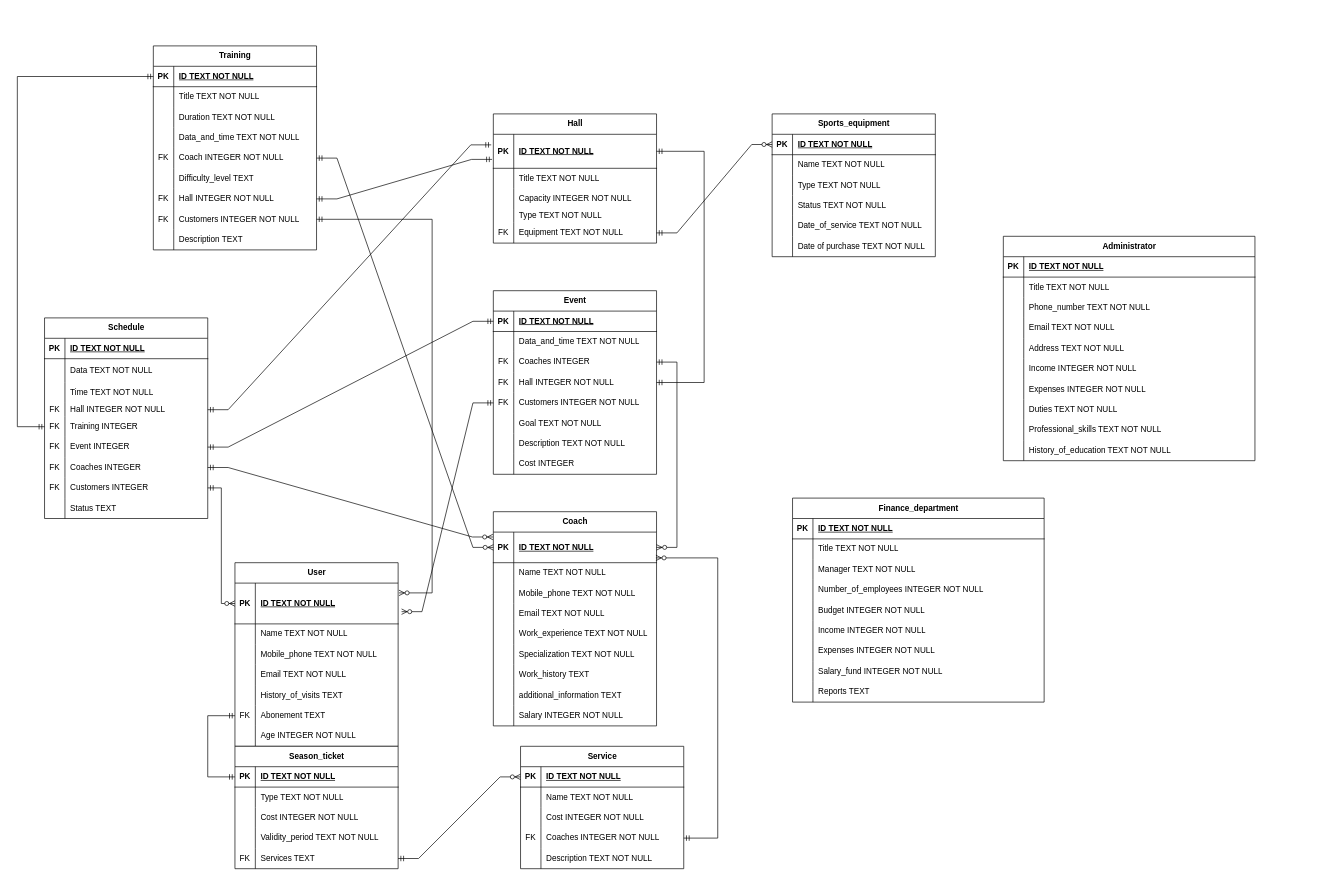
Above: ER_project.drawio in G00sya/DBMS (draw.io), before the change. Source tidied: cells renumbered, new cells numbered last; positions are measured from the earlier drawing's top-left corner, leaving out a move shared by most shapes. Both pictures are drawn from the tidied source at 68%, with x=0, y=0 at pixel (17, 46).
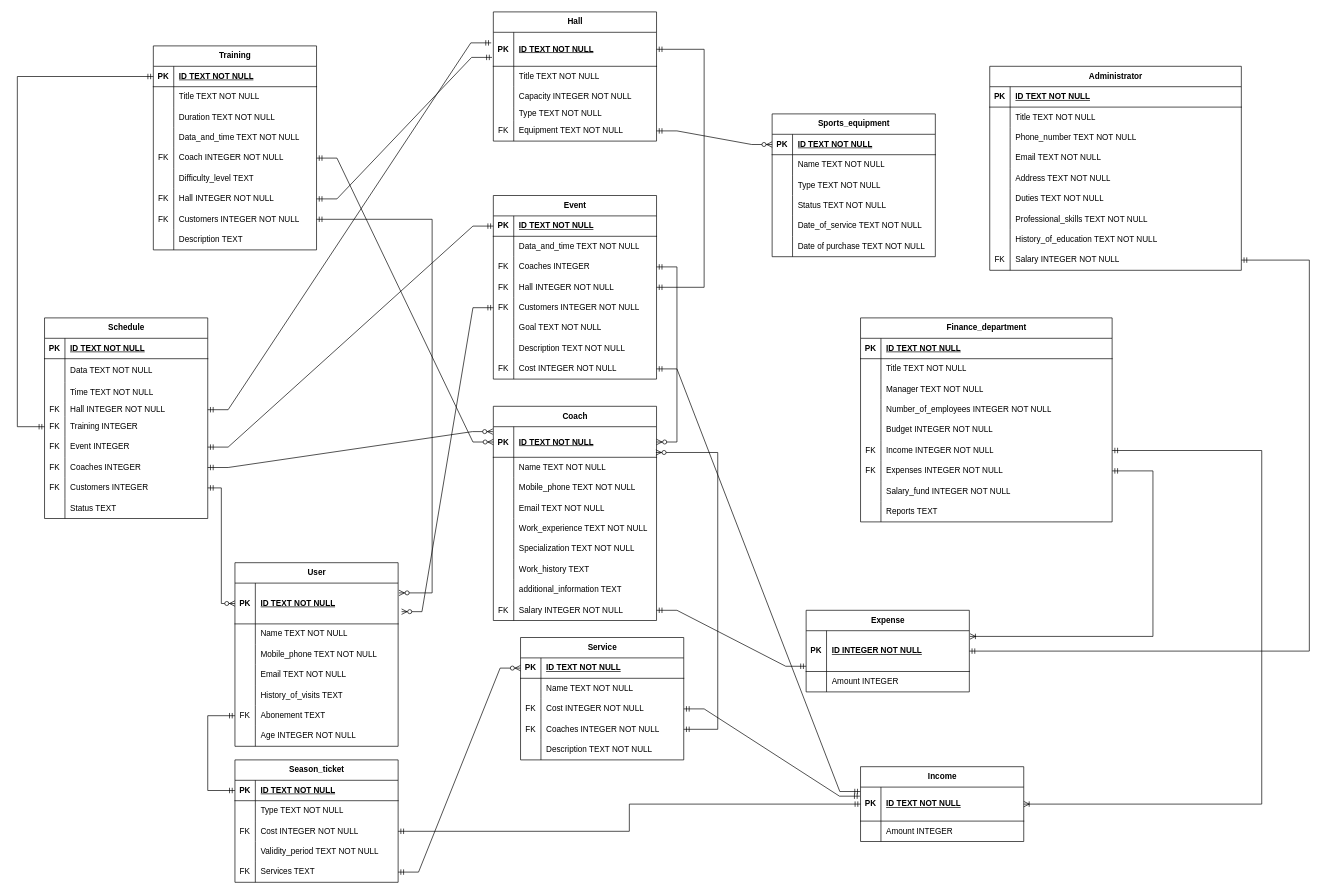
The same diagram, later.

The change refers to these unchanged cells:
```xml
<mxCell id="3" style="shape=tableRow;horizontal=0;startSize=0;swimlaneHead=0;swimlaneBody=0;fillColor=none;points=[[0,0.5],[1,0.5]];portConstraint=eastwest;top=0;left=0;right=0;bottom=1;" parent="2" vertex="1">
  <mxGeometry y="30" width="240" height="60" as="geometry" />
</mxCell>
<mxCell id="49" style="shape=tableRow;horizontal=0;startSize=0;swimlaneHead=0;swimlaneBody=0;fillColor=none;points=[[0,0.5],[1,0.5]];portConstraint=eastwest;top=0;left=0;right=0;bottom=0;" parent="24" vertex="1">
  <mxGeometry y="285" width="240" height="30" as="geometry" />
</mxCell>
<mxCell id="59" style="shape=tableRow;horizontal=0;startSize=0;swimlaneHead=0;swimlaneBody=0;fillColor=none;points=[[0,0.5],[1,0.5]];portConstraint=eastwest;top=0;left=0;right=0;bottom=0;" parent="52" vertex="1">
  <mxGeometry y="90" width="240" height="30" as="geometry" />
</mxCell>
<mxCell id="138" style="shape=tableRow;horizontal=0;startSize=0;swimlaneHead=0;swimlaneBody=0;fillColor=none;points=[[0,0.5],[1,0.5]];portConstraint=eastwest;top=0;left=0;right=0;bottom=0;" parent="131" vertex="1">
  <mxGeometry y="90" width="240" height="30" as="geometry" />
</mxCell>
<mxCell id="169" style="shape=tableRow;horizontal=0;startSize=0;swimlaneHead=0;swimlaneBody=0;fillColor=none;points=[[0,0.5],[1,0.5]];portConstraint=eastwest;top=0;left=0;right=0;bottom=0;" parent="147" vertex="1">
  <mxGeometry y="240" width="240" height="30" as="geometry" />
</mxCell>
<mxCell id="194" style="shape=tableRow;horizontal=0;startSize=0;swimlaneHead=0;swimlaneBody=0;fillColor=none;points=[[0,0.5],[1,0.5]];portConstraint=eastwest;top=0;left=0;right=0;bottom=0;" parent="172" vertex="1">
  <mxGeometry y="240" width="240" height="30" as="geometry" />
</mxCell>
<mxCell id="216" style="shape=tableRow;horizontal=0;startSize=0;swimlaneHead=0;swimlaneBody=0;fillColor=none;points=[[0,0.5],[1,0.5]];portConstraint=eastwest;top=0;left=0;right=0;bottom=0;" parent="200" vertex="1">
  <mxGeometry y="180" width="370" height="30" as="geometry" />
</mxCell>
<mxCell id="219" style="shape=tableRow;horizontal=0;startSize=0;swimlaneHead=0;swimlaneBody=0;fillColor=none;points=[[0,0.5],[1,0.5]];portConstraint=eastwest;top=0;left=0;right=0;bottom=0;" parent="200" vertex="1">
  <mxGeometry y="210" width="370" height="30" as="geometry" />
</mxCell>
```

Change to the diagram source:
```diff
@@
     <mxCell id="24" value="Сoach" style="shape=table;startSize=30;childLayout=tableLayout;rowLines=0;fontStyle=1;align=center;html=1;" parent="1" vertex="1">
-      <mxGeometry x="700" y="685" width="240" height="315" as="geometry" />
+      <mxGeometry x="700" y="530" width="240" height="315" as="geometry" />
     </mxCell>
@@
-    <mxCell id="50" style="shape=partialRectangle;fillColor=none;top=0;left=0;bottom=0;right=0;overflow=hidden;whiteSpace=wrap;html=1;" parent="49" vertex="1">
+    <mxCell id="50" value="FK" style="shape=partialRectangle;fillColor=none;top=0;left=0;bottom=0;right=0;overflow=hidden;whiteSpace=wrap;html=1;" parent="49" vertex="1">
       <mxGeometry width="30" height="30" as="geometry" />
     </mxCell>
@@
     <mxCell id="52" value="Season_ticket" style="shape=table;startSize=30;childLayout=tableLayout;rowLines=0;fontStyle=1;align=center;html=1;" parent="1" vertex="1">
-      <mxGeometry x="320" y="1030" width="240" height="180" as="geometry" />
+      <mxGeometry x="320" y="1050" width="240" height="180" as="geometry" />
     </mxCell>
@@
-    <mxCell id="60" style="shape=partialRectangle;fillColor=none;top=0;left=0;bottom=0;right=0;overflow=hidden;whiteSpace=wrap;html=1;" parent="59" vertex="1">
+    <mxCell id="60" value="FK" style="shape=partialRectangle;fillColor=none;top=0;left=0;bottom=0;right=0;overflow=hidden;whiteSpace=wrap;html=1;" parent="59" vertex="1">
       <mxGeometry width="30" height="30" as="geometry" />
     </mxCell>
@@
     <mxCell id="68" value="Hall" style="shape=table;startSize=30;childLayout=tableLayout;rowLines=0;fontStyle=1;align=center;html=1;" parent="1" vertex="1">
-      <mxGeometry x="700" y="100" width="240" height="190" as="geometry" />
+      <mxGeometry x="700" y="-50" width="240" height="190" as="geometry" />
     </mxCell>
@@
     <mxCell id="131" value="Service" style="shape=table;startSize=30;childLayout=tableLayout;rowLines=0;fontStyle=1;align=center;html=1;" parent="1" vertex="1">
-      <mxGeometry x="740" y="1030" width="240" height="180" as="geometry" />
+      <mxGeometry x="740" y="870" width="240" height="180" as="geometry" />
     </mxCell>
@@
-    <mxCell id="139" style="shape=partialRectangle;fillColor=none;top=0;left=0;bottom=0;right=0;overflow=hidden;whiteSpace=wrap;html=1;" parent="138" vertex="1">
+    <mxCell id="139" value="FK" style="shape=partialRectangle;fillColor=none;top=0;left=0;bottom=0;right=0;overflow=hidden;whiteSpace=wrap;html=1;" parent="138" vertex="1">
       <mxGeometry width="30" height="30" as="geometry" />
     </mxCell>
@@
     <mxCell id="147" value="Event" style="shape=table;startSize=30;childLayout=tableLayout;rowLines=0;fontStyle=1;align=center;html=1;" parent="1" vertex="1">
-      <mxGeometry x="700" y="360" width="240" height="270" as="geometry" />
+      <mxGeometry x="700" y="220" width="240" height="270" as="geometry" />
     </mxCell>
@@
-    <mxCell id="170" style="shape=partialRectangle;fillColor=none;top=0;left=0;bottom=0;right=0;overflow=hidden;whiteSpace=wrap;html=1;" parent="169" vertex="1">
+    <mxCell id="170" value="FK" style="shape=partialRectangle;fillColor=none;top=0;left=0;bottom=0;right=0;overflow=hidden;whiteSpace=wrap;html=1;" parent="169" vertex="1">
       <mxGeometry width="30" height="30" as="geometry" />
     </mxCell>
-    <mxCell id="171" value="Cost INTEGER" style="shape=partialRectangle;fillColor=none;top=0;left=0;bottom=0;right=0;align=left;spacingLeft=6;overflow=hidden;whiteSpace=wrap;html=1;" parent="169" vertex="1">
+    <mxCell id="171" value="Cost INTEGER NOT NULL" style="shape=partialRectangle;fillColor=none;top=0;left=0;bottom=0;right=0;align=left;spacingLeft=6;overflow=hidden;whiteSpace=wrap;html=1;" parent="169" vertex="1">
       <mxGeometry x="30" width="210" height="30" as="geometry" />
     </mxCell>
@@
     <mxCell id="200" value="Finance_department" style="shape=table;startSize=30;childLayout=tableLayout;rowLines=0;fontStyle=1;align=center;html=1;" parent="1" vertex="1">
-      <mxGeometry x="1140" y="665" width="370" height="300" as="geometry" />
+      <mxGeometry x="1240" y="400" width="370" height="300" as="geometry" />
     </mxCell>
@@
-    <mxCell id="217" style="shape=partialRectangle;fillColor=none;top=0;left=0;bottom=0;right=0;overflow=hidden;whiteSpace=wrap;html=1;" parent="216" vertex="1">
+    <mxCell id="217" value="FK" style="shape=partialRectangle;fillColor=none;top=0;left=0;bottom=0;right=0;overflow=hidden;whiteSpace=wrap;html=1;" parent="216" vertex="1">
       <mxGeometry width="30" height="30" as="geometry" />
     </mxCell>
@@
-    <mxCell id="220" style="shape=partialRectangle;fillColor=none;top=0;left=0;bottom=0;right=0;overflow=hidden;whiteSpace=wrap;html=1;" parent="219" vertex="1">
+    <mxCell id="220" value="FK" style="shape=partialRectangle;fillColor=none;top=0;left=0;bottom=0;right=0;overflow=hidden;whiteSpace=wrap;html=1;" parent="219" vertex="1">
       <mxGeometry width="30" height="30" as="geometry" />
     </mxCell>
@@
     <mxCell id="228" value="Administrator" style="shape=table;startSize=30;childLayout=tableLayout;rowLines=0;fontStyle=1;align=center;html=1;" parent="1" vertex="1">
-      <mxGeometry x="1450" y="280" width="370" height="330" as="geometry" />
+      <mxGeometry x="1430" y="30" width="370" height="300" as="geometry" />
     </mxCell>
@@
-    <mxCell id="244" style="shape=tableRow;horizontal=0;startSize=0;swimlaneHead=0;swimlaneBody=0;fillColor=none;top=0;left=0;right=0;bottom=0;" parent="228" vertex="1">
-      <mxGeometry y="180" width="370" height="30" as="geometry" />
-    </mxCell>
-    <mxCell id="245" style="shape=partialRectangle;fillColor=none;top=0;left=0;bottom=0;right=0;overflow=hidden;whiteSpace=wrap;html=1;" parent="244" vertex="1">
-      <mxGeometry width="30" height="30" as="geometry" />
-    </mxCell>
-    <mxCell id="246" value="Income INTEGER NOT NULL" style="shape=partialRectangle;fillColor=none;top=0;left=0;bottom=0;right=0;align=left;spacingLeft=6;overflow=hidden;whiteSpace=wrap;html=1;" parent="244" vertex="1">
-      <mxGeometry x="30" width="340" height="30" as="geometry" />
-    </mxCell>
-    <mxCell id="247" style="shape=tableRow;horizontal=0;startSize=0;swimlaneHead=0;swimlaneBody=0;fillColor=none;top=0;left=0;right=0;bottom=0;" parent="228" vertex="1">
-      <mxGeometry y="210" width="370" height="30" as="geometry" />
-    </mxCell>
-    <mxCell id="248" style="shape=partialRectangle;fillColor=none;top=0;left=0;bottom=0;right=0;overflow=hidden;whiteSpace=wrap;html=1;" parent="247" vertex="1">
-      <mxGeometry width="30" height="30" as="geometry" />
-    </mxCell>
-    <mxCell id="249" value="Expenses INTEGER NOT NULL" style="shape=partialRectangle;fillColor=none;top=0;left=0;bottom=0;right=0;align=left;spacingLeft=6;overflow=hidden;whiteSpace=wrap;html=1;" parent="247" vertex="1">
-      <mxGeometry x="30" width="340" height="30" as="geometry" />
-    </mxCell>
     <mxCell id="250" style="shape=tableRow;horizontal=0;startSize=0;swimlaneHead=0;swimlaneBody=0;fillColor=none;top=0;left=0;right=0;bottom=0;" parent="228" vertex="1">
-      <mxGeometry y="240" width="370" height="30" as="geometry" />
+      <mxGeometry y="180" width="370" height="30" as="geometry" />
     </mxCell>
@@
     <mxCell id="253" style="shape=tableRow;horizontal=0;startSize=0;swimlaneHead=0;swimlaneBody=0;fillColor=none;top=0;left=0;right=0;bottom=0;" parent="228" vertex="1">
-      <mxGeometry y="270" width="370" height="30" as="geometry" />
+      <mxGeometry y="210" width="370" height="30" as="geometry" />
     </mxCell>
@@
     <mxCell id="256" style="shape=tableRow;horizontal=0;startSize=0;swimlaneHead=0;swimlaneBody=0;fillColor=none;top=0;left=0;right=0;bottom=0;" parent="228" vertex="1">
-      <mxGeometry y="300" width="370" height="30" as="geometry" />
+      <mxGeometry y="240" width="370" height="30" as="geometry" />
     </mxCell>
@@
+    <mxCell id="274" style="shape=tableRow;horizontal=0;startSize=0;swimlaneHead=0;swimlaneBody=0;fillColor=none;points=[[0,0.5],[1,0.5]];portConstraint=eastwest;top=0;left=0;right=0;bottom=0;" parent="228" vertex="1">
+      <mxGeometry y="270" width="370" height="30" as="geometry" />
+    </mxCell>
+    <mxCell id="275" value="FK" style="shape=partialRectangle;fillColor=none;top=0;left=0;bottom=0;right=0;overflow=hidden;whiteSpace=wrap;html=1;" parent="274" vertex="1">
+      <mxGeometry width="30" height="30" as="geometry" />
+    </mxCell>
+    <mxCell id="276" value="Salary INTEGER NOT NULL" style="shape=partialRectangle;fillColor=none;top=0;left=0;bottom=0;right=0;align=left;spacingLeft=6;overflow=hidden;whiteSpace=wrap;html=1;" parent="274" vertex="1">
+      <mxGeometry x="30" width="340" height="30" as="geometry" />
+    </mxCell>
@@
     <mxCell id="270" style="edgeStyle=elbowEdgeStyle;fontSize=12;html=1;endArrow=ERzeroToMany;startArrow=ERmandOne;rounded=0;exitX=1;exitY=0.5;exitDx=0;exitDy=0;entryX=1.005;entryY=0.24;entryDx=0;entryDy=0;entryPerimeter=0;" parent="1" edge="1" source="194" target="3">
       <mxGeometry relative="1" as="geometry">
         <Array as="points">
+          <mxPoint x="610" y="460" />
           <mxPoint x="610" y="540" />
         </Array>
       </mxGeometry>
     </mxCell>
@@
+    <mxCell id="277" value="Income" style="shape=table;startSize=30;childLayout=tableLayout;rowLines=0;fontStyle=1;align=center;html=1;" parent="1" vertex="1">
+      <mxGeometry x="1240" y="1060" width="240" height="110" as="geometry" />
+    </mxCell>
+    <mxCell id="278" style="shape=tableRow;horizontal=0;startSize=0;swimlaneHead=0;swimlaneBody=0;fillColor=none;points=[[0,0.5],[1,0.5]];portConstraint=eastwest;top=0;left=0;right=0;bottom=1;" parent="277" vertex="1">
+      <mxGeometry y="30" width="240" height="50" as="geometry" />
+    </mxCell>
+    <mxCell id="279" value="PK" style="shape=partialRectangle;fillColor=none;top=0;left=0;bottom=0;right=0;fontStyle=1;overflow=hidden;whiteSpace=wrap;html=1;" parent="278" vertex="1">
+      <mxGeometry width="30" height="50" as="geometry" />
+    </mxCell>
+    <mxCell id="280" value="ID TEXT NOT NULL" style="shape=partialRectangle;fillColor=none;top=0;left=0;bottom=0;right=0;align=left;spacingLeft=6;fontStyle=5;overflow=hidden;whiteSpace=wrap;html=1;" parent="278" vertex="1">
+      <mxGeometry x="30" width="210" height="50" as="geometry" />
+    </mxCell>
+    <mxCell id="281" style="shape=tableRow;horizontal=0;startSize=0;swimlaneHead=0;swimlaneBody=0;fillColor=none;top=0;left=0;right=0;bottom=0;" parent="277" vertex="1">
+      <mxGeometry y="80" width="240" height="30" as="geometry" />
+    </mxCell>
+    <mxCell id="282" style="shape=partialRectangle;fillColor=none;top=0;left=0;bottom=0;right=0;overflow=hidden;whiteSpace=wrap;html=1;" parent="281" vertex="1">
+      <mxGeometry width="30" height="30" as="geometry" />
+    </mxCell>
+    <mxCell id="283" value="Amount INTEGER" style="shape=partialRectangle;fillColor=none;top=0;left=0;bottom=0;right=0;align=left;spacingLeft=6;overflow=hidden;whiteSpace=wrap;html=1;" parent="281" vertex="1">
+      <mxGeometry x="30" width="210" height="30" as="geometry" />
+    </mxCell>
+    <mxCell id="284" value="Expense" style="shape=table;startSize=30;childLayout=tableLayout;rowLines=0;fontStyle=1;align=center;html=1;" parent="1" vertex="1">
+      <mxGeometry x="1160" y="830" width="240" height="120" as="geometry" />
+    </mxCell>
+    <mxCell id="285" style="shape=tableRow;horizontal=0;startSize=0;swimlaneHead=0;swimlaneBody=0;fillColor=none;points=[[0,0.5],[1,0.5]];portConstraint=eastwest;top=0;left=0;right=0;bottom=1;" parent="284" vertex="1">
+      <mxGeometry y="30" width="240" height="60" as="geometry" />
+    </mxCell>
+    <mxCell id="286" value="PK" style="shape=partialRectangle;fillColor=none;top=0;left=0;bottom=0;right=0;fontStyle=1;overflow=hidden;whiteSpace=wrap;html=1;" parent="285" vertex="1">
+      <mxGeometry width="30" height="60" as="geometry" />
+    </mxCell>
+    <mxCell id="287" value="ID INTEGER NOT NULL" style="shape=partialRectangle;fillColor=none;top=0;left=0;bottom=0;right=0;align=left;spacingLeft=6;fontStyle=5;overflow=hidden;whiteSpace=wrap;html=1;" parent="285" vertex="1">
+      <mxGeometry x="30" width="210" height="60" as="geometry" />
+    </mxCell>
+    <mxCell id="288" style="shape=tableRow;horizontal=0;startSize=0;swimlaneHead=0;swimlaneBody=0;fillColor=none;top=0;left=0;right=0;bottom=0;" parent="284" vertex="1">
+      <mxGeometry y="90" width="240" height="30" as="geometry" />
+    </mxCell>
+    <mxCell id="289" style="shape=partialRectangle;fillColor=none;top=0;left=0;bottom=0;right=0;overflow=hidden;whiteSpace=wrap;html=1;" parent="288" vertex="1">
+      <mxGeometry width="30" height="30" as="geometry" />
+    </mxCell>
+    <mxCell id="290" value="Amount INTEGER" style="shape=partialRectangle;fillColor=none;top=0;left=0;bottom=0;right=0;align=left;spacingLeft=6;overflow=hidden;whiteSpace=wrap;html=1;" parent="288" vertex="1">
+      <mxGeometry x="30" width="210" height="30" as="geometry" />
+    </mxCell>
+    <mxCell id="291" style="edgeStyle=entityRelationEdgeStyle;fontSize=12;html=1;endArrow=ERmandOne;startArrow=ERmandOne;rounded=0;exitX=1;exitY=0.5;exitDx=0;exitDy=0;entryX=0;entryY=0.872;entryDx=0;entryDy=0;entryPerimeter=0;" parent="1" edge="1" source="49" target="285">
+      <mxGeometry relative="1" as="geometry" />
+    </mxCell>
+    <mxCell id="292" style="edgeStyle=entityRelationEdgeStyle;fontSize=12;html=1;endArrow=ERmandOne;startArrow=ERmandOne;rounded=0;exitX=1;exitY=0.5;exitDx=0;exitDy=0;entryX=-0.002;entryY=0.13;entryDx=0;entryDy=0;entryPerimeter=0;" parent="1" edge="1" source="169" target="278">
+      <mxGeometry relative="1" as="geometry" />
+    </mxCell>
+    <mxCell id="293" style="edgeStyle=elbowEdgeStyle;fontSize=12;html=1;endArrow=ERoneToMany;startArrow=ERmandOne;rounded=0;exitX=1;exitY=0.5;exitDx=0;exitDy=0;entryX=1.004;entryY=0.14;entryDx=0;entryDy=0;entryPerimeter=0;elbow=vertical;" parent="1" edge="1" source="219" target="285">
+      <mxGeometry relative="1" as="geometry">
+        <Array as="points">
+          <mxPoint x="1670" y="860" />
+        </Array>
+      </mxGeometry>
+    </mxCell>
+    <mxCell id="294" style="edgeStyle=orthogonalEdgeStyle;fontSize=12;html=1;endArrow=ERmandOne;startArrow=ERmandOne;rounded=0;exitX=1;exitY=0.5;exitDx=0;exitDy=0;entryX=0;entryY=0.5;entryDx=0;entryDy=0;elbow=vertical;" parent="1" edge="1" source="59" target="278">
+      <mxGeometry relative="1" as="geometry" />
+    </mxCell>
+    <mxCell id="295" style="edgeStyle=elbowEdgeStyle;fontSize=12;html=1;endArrow=ERoneToMany;startArrow=ERmandOne;rounded=0;entryX=1;entryY=0.5;entryDx=0;entryDy=0;exitX=1;exitY=0.5;exitDx=0;exitDy=0;" parent="1" edge="1" source="216" target="278">
+      <mxGeometry relative="1" as="geometry">
+        <Array as="points">
+          <mxPoint x="1830" y="860" />
+        </Array>
+      </mxGeometry>
+    </mxCell>
+    <mxCell id="296" style="edgeStyle=entityRelationEdgeStyle;fontSize=12;html=1;endArrow=ERmandOne;startArrow=ERmandOne;rounded=0;exitX=1;exitY=0.5;exitDx=0;exitDy=0;entryX=-0.004;entryY=0.267;entryDx=0;entryDy=0;entryPerimeter=0;" parent="1" edge="1" source="138" target="278">
+      <mxGeometry relative="1" as="geometry" />
+    </mxCell>
+    <mxCell id="297" style="edgeStyle=elbowEdgeStyle;fontSize=12;html=1;endArrow=ERmandOne;startArrow=ERmandOne;rounded=0;exitX=1;exitY=0.5;exitDx=0;exitDy=0;entryX=1;entryY=0.5;entryDx=0;entryDy=0;" parent="1" edge="1" source="274" target="285">
+      <mxGeometry relative="1" as="geometry">
+        <Array as="points">
+          <mxPoint x="1900" y="660" />
+        </Array>
+      </mxGeometry>
+    </mxCell>
```
